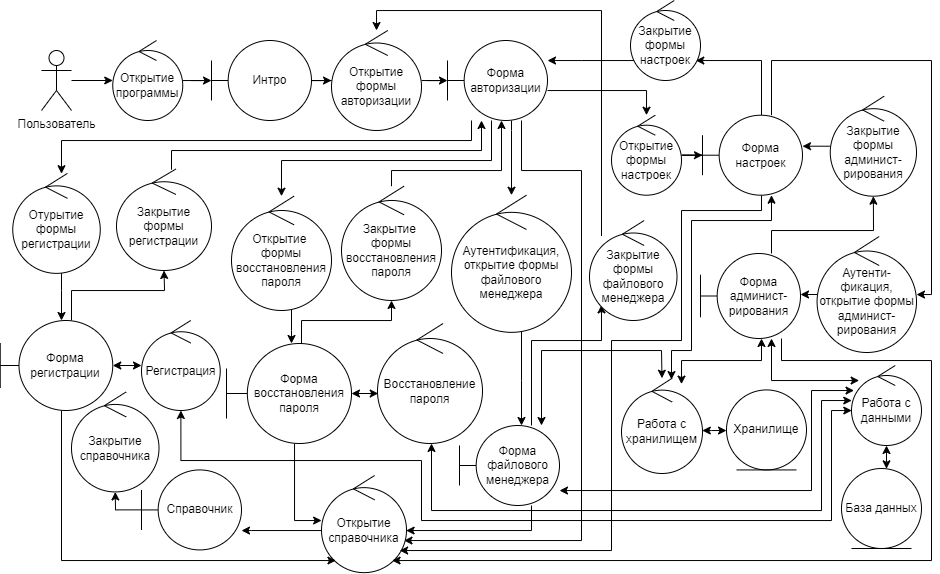
Earlier version of the draw.io export Documents/Диаграмма стереотипов.drawio.png (ReyRom/VortexFile). Source tidied: cells renumbered, new cells last; positions are measured from the earlier drawing's top-left corner, leaving out a move shared by most shapes.
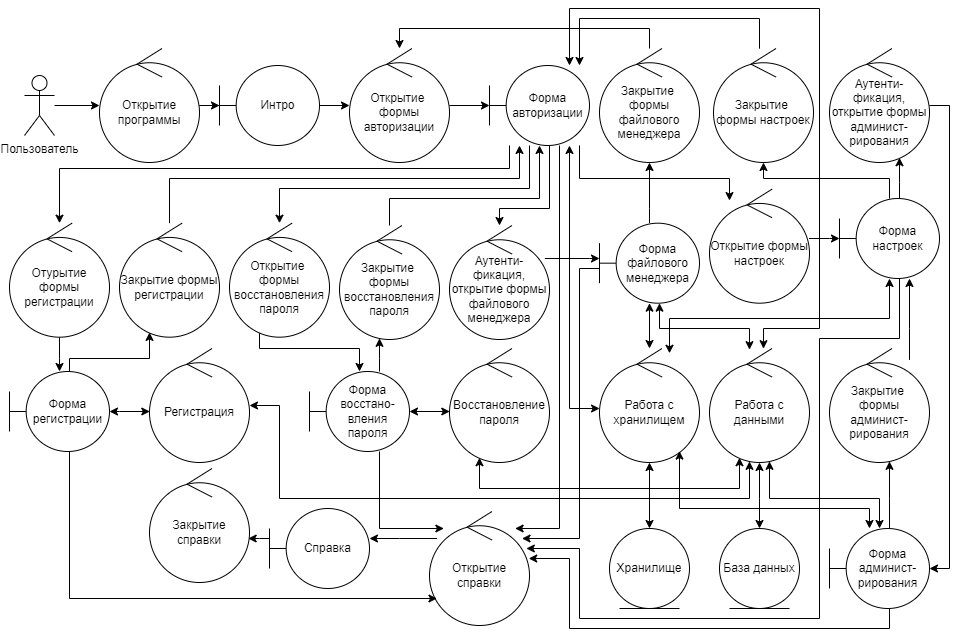
After the commit.

Diff of the diagram source:
```diff
@@ -8,3 +8,3 @@
     <mxCell id="3" value="Открытие программы" style="ellipse;shape=umlControl;whiteSpace=wrap;html=1;" parent="1" vertex="1">
-      <mxGeometry x="112.2" y="40" width="70" height="80" as="geometry" />
+      <mxGeometry x="51" y="10" width="100" height="114" as="geometry" />
     </mxCell>
@@ -14,3 +14,3 @@
     <mxCell id="5" value="Пользователь" style="shape=umlActor;verticalLabelPosition=bottom;verticalAlign=top;html=1;" parent="1" vertex="1">
-      <mxGeometry x="41" y="50" width="30" height="60" as="geometry" />
+      <mxGeometry x="-24" y="37" width="30" height="60" as="geometry" />
     </mxCell>
@@ -20,3 +20,3 @@
     <mxCell id="7" value="Интро" style="shape=umlBoundary;whiteSpace=wrap;html=1;" parent="1" vertex="1">
-      <mxGeometry x="211" y="40" width="100" height="80" as="geometry" />
+      <mxGeometry x="171" y="27" width="100" height="80" as="geometry" />
     </mxCell>
@@ -25,4 +25,4 @@
     </mxCell>
-    <mxCell id="9" value="Открытие формы авторизации" style="ellipse;shape=umlControl;whiteSpace=wrap;html=1;" parent="1" vertex="1">
-      <mxGeometry x="331" y="30" width="90" height="100" as="geometry" />
+    <mxCell id="9" value="Открытие &lt;br&gt;формы авторизации" style="ellipse;shape=umlControl;whiteSpace=wrap;html=1;" parent="1" vertex="1">
+      <mxGeometry x="301" y="10" width="100" height="114" as="geometry" />
     </mxCell>
@@ -31,3 +31,4 @@
         <Array as="points">
-          <mxPoint x="646" y="90" />
+          <mxPoint x="531" y="140" />
+          <mxPoint x="681" y="140" />
         </Array>
@@ -38,4 +39,4 @@
         <Array as="points">
-          <mxPoint x="511" y="130" />
-          <mxPoint x="511" y="130" />
+          <mxPoint x="501" y="170" />
+          <mxPoint x="451" y="170" />
         </Array>
@@ -46,4 +47,4 @@
         <Array as="points">
-          <mxPoint x="471" y="140" />
-          <mxPoint x="61" y="140" />
+          <mxPoint x="461" y="130" />
+          <mxPoint x="11" y="130" />
         </Array>
@@ -54,4 +55,4 @@
         <Array as="points">
-          <mxPoint x="491" y="160" />
-          <mxPoint x="281" y="160" />
+          <mxPoint x="481" y="150" />
+          <mxPoint x="231" y="150" />
         </Array>
@@ -62,5 +63,3 @@
         <Array as="points">
-          <mxPoint x="521" y="170" />
-          <mxPoint x="581" y="170" />
-          <mxPoint x="581" y="540" />
+          <mxPoint x="511" y="490" />
         </Array>
@@ -68,4 +67,21 @@
     </mxCell>
+    <mxCell id="74" style="edgeStyle=orthogonalEdgeStyle;rounded=0;jettySize=auto;html=1;startArrow=classic;startFill=1;" parent="1" edge="1" source="15" target="52">
+      <mxGeometry relative="1" as="geometry">
+        <Array as="points">
+          <mxPoint x="521" y="370" />
+        </Array>
+      </mxGeometry>
+    </mxCell>
+    <mxCell id="75" style="edgeStyle=orthogonalEdgeStyle;rounded=0;jettySize=auto;html=1;startArrow=classic;startFill=1;" parent="1" edge="1" source="15" target="43">
+      <mxGeometry relative="1" as="geometry">
+        <Array as="points">
+          <mxPoint x="521" y="-30" />
+          <mxPoint x="771" y="-30" />
+          <mxPoint x="771" y="290" />
+          <mxPoint x="715" y="290" />
+        </Array>
+      </mxGeometry>
+    </mxCell>
     <mxCell id="15" value="Форма авторизации" style="shape=umlBoundary;whiteSpace=wrap;html=1;direction=east;" parent="1" vertex="1">
-      <mxGeometry x="447" y="40" width="100" height="80" as="geometry" />
+      <mxGeometry x="441" y="27" width="100" height="80" as="geometry" />
     </mxCell>
@@ -74,4 +90,4 @@
         <Array as="points">
-          <mxPoint x="531" y="340" />
-          <mxPoint x="601" y="340" />
+          <mxPoint x="601" y="170" />
+          <mxPoint x="601" y="170" />
         </Array>
@@ -82,3 +98,4 @@
         <Array as="points">
-          <mxPoint x="531" y="530" />
+          <mxPoint x="531" y="230" />
+          <mxPoint x="531" y="500" />
         </Array>
@@ -89,4 +106,4 @@
         <Array as="points">
-          <mxPoint x="541" y="350" />
-          <mxPoint x="661" y="350" />
+          <mxPoint x="621" y="260" />
+          <mxPoint x="621" y="260" />
         </Array>
@@ -97,4 +114,4 @@
         <Array as="points">
-          <mxPoint x="811" y="490" />
-          <mxPoint x="811" y="390" />
+          <mxPoint x="611" y="290" />
+          <mxPoint x="701" y="290" />
         </Array>
@@ -103,3 +120,3 @@
     <mxCell id="20" value="Форма файлового менеджера" style="shape=umlBoundary;whiteSpace=wrap;html=1;" parent="1" vertex="1">
-      <mxGeometry x="459" y="425" width="100" height="80" as="geometry" />
+      <mxGeometry x="551" y="184.7" width="100" height="80" as="geometry" />
     </mxCell>
@@ -108,4 +125,4 @@
         <Array as="points">
-          <mxPoint x="521" y="380" />
-          <mxPoint x="521" y="380" />
+          <mxPoint x="541" y="220" />
+          <mxPoint x="541" y="220" />
         </Array>
@@ -113,10 +130,10 @@
     </mxCell>
-    <mxCell id="22" value="Аутентификация, открытие формы файлового менеджера" style="ellipse;shape=umlControl;whiteSpace=wrap;html=1;" parent="1" vertex="1">
-      <mxGeometry x="451" y="194.7" width="120" height="137.1" as="geometry" />
+    <mxCell id="22" value="Аутенти-фикация, открытие формы файлового менеджера" style="ellipse;shape=umlControl;whiteSpace=wrap;html=1;" parent="1" vertex="1">
+      <mxGeometry x="401" y="187" width="100" height="114" as="geometry" />
     </mxCell>
     <mxCell id="23" value="Хранилище" style="ellipse;shape=umlEntity;whiteSpace=wrap;html=1;" parent="1" vertex="1">
-      <mxGeometry x="726" y="389.4" width="80" height="80" as="geometry" />
+      <mxGeometry x="561" y="490" width="80" height="80" as="geometry" />
     </mxCell>
     <mxCell id="24" value="База данных" style="ellipse;shape=umlEntity;whiteSpace=wrap;html=1;" parent="1" vertex="1">
-      <mxGeometry x="841" y="468" width="80" height="80" as="geometry" />
+      <mxGeometry x="671" y="490" width="80" height="80" as="geometry" />
     </mxCell>
@@ -125,3 +142,4 @@
         <Array as="points">
-          <mxPoint x="115" y="509" />
+          <mxPoint x="211" y="500" />
+          <mxPoint x="211" y="500" />
         </Array>
@@ -129,4 +147,4 @@
     </mxCell>
-    <mxCell id="26" value="Справочник" style="shape=umlBoundary;whiteSpace=wrap;html=1;" parent="1" vertex="1">
-      <mxGeometry x="141" y="469.4" width="100" height="80" as="geometry" />
+    <mxCell id="26" value="Справка" style="shape=umlBoundary;whiteSpace=wrap;html=1;" parent="1" vertex="1">
+      <mxGeometry x="221" y="470" width="100" height="80" as="geometry" />
     </mxCell>
@@ -135,4 +153,4 @@
         <Array as="points">
-          <mxPoint x="251" y="530" />
-          <mxPoint x="251" y="530" />
+          <mxPoint x="351" y="500" />
+          <mxPoint x="351" y="500" />
         </Array>
@@ -140,7 +158,7 @@
     </mxCell>
-    <mxCell id="28" value="Открытие справочника" style="ellipse;shape=umlControl;whiteSpace=wrap;html=1;" parent="1" vertex="1">
-      <mxGeometry x="321" y="475" width="85" height="97.1" as="geometry" />
+    <mxCell id="28" value="Открытие справки" style="ellipse;shape=umlControl;whiteSpace=wrap;html=1;" parent="1" vertex="1">
+      <mxGeometry x="381" y="473" width="100" height="114" as="geometry" />
     </mxCell>
-    <mxCell id="29" value="Закрытие справочника" style="ellipse;shape=umlControl;whiteSpace=wrap;html=1;" parent="1" vertex="1">
-      <mxGeometry x="71" y="391.4" width="87.5" height="100" as="geometry" />
+    <mxCell id="29" value="Закрытие справки" style="ellipse;shape=umlControl;whiteSpace=wrap;html=1;" parent="1" vertex="1">
+      <mxGeometry x="101" y="430" width="100" height="114" as="geometry" />
     </mxCell>
@@ -149,4 +167,4 @@
         <Array as="points">
-          <mxPoint x="301" y="320" />
-          <mxPoint x="391" y="320" />
+          <mxPoint x="331" y="320" />
+          <mxPoint x="331" y="320" />
         </Array>
@@ -157,3 +175,4 @@
         <Array as="points">
-          <mxPoint x="411" y="400" />
+          <mxPoint x="301" y="360" />
+          <mxPoint x="301" y="360" />
         </Array>
@@ -164,3 +183,3 @@
         <Array as="points">
-          <mxPoint x="294" y="520" />
+          <mxPoint x="331" y="490" />
         </Array>
@@ -168,4 +187,4 @@
     </mxCell>
-    <mxCell id="33" value="Форма восстановления пароля" style="shape=umlBoundary;whiteSpace=wrap;html=1;" parent="1" vertex="1">
-      <mxGeometry x="226" y="343" width="125" height="100" as="geometry" />
+    <mxCell id="33" value="Форма восстано-вления пароля" style="shape=umlBoundary;whiteSpace=wrap;html=1;" parent="1" vertex="1">
+      <mxGeometry x="261" y="333" width="100" height="80" as="geometry" />
     </mxCell>
@@ -174,4 +193,4 @@
         <Array as="points">
-          <mxPoint x="71" y="290" />
-          <mxPoint x="164" y="290" />
+          <mxPoint x="21" y="320" />
+          <mxPoint x="101" y="320" />
         </Array>
@@ -182,4 +201,4 @@
         <Array as="points">
-          <mxPoint x="141" y="365" />
-          <mxPoint x="141" y="365" />
+          <mxPoint x="71" y="373" />
+          <mxPoint x="71" y="373" />
         </Array>
@@ -190,3 +209,3 @@
         <Array as="points">
-          <mxPoint x="61" y="560" />
+          <mxPoint x="21" y="560" />
         </Array>
@@ -195,3 +214,3 @@
     <mxCell id="37" value="Форма регистрации" style="shape=umlBoundary;whiteSpace=wrap;html=1;" parent="1" vertex="1">
-      <mxGeometry x="-0.2" y="320" width="112.5" height="90" as="geometry" />
+      <mxGeometry x="-39" y="333" width="100" height="80" as="geometry" />
     </mxCell>
@@ -200,7 +219,5 @@
         <Array as="points">
-          <mxPoint x="180" y="460" />
-          <mxPoint x="421" y="460" />
-          <mxPoint x="421" y="520" />
-          <mxPoint x="831" y="520" />
-          <mxPoint x="831" y="410" />
+          <mxPoint x="231" y="367" />
+          <mxPoint x="231" y="460" />
+          <mxPoint x="701" y="460" />
         </Array>
@@ -209,3 +226,3 @@
     <mxCell id="39" value="Регистрация" style="ellipse;shape=umlControl;whiteSpace=wrap;html=1;" parent="1" vertex="1">
-      <mxGeometry x="141" y="320" width="78.8" height="90" as="geometry" />
+      <mxGeometry x="101" y="310" width="100" height="114" as="geometry" />
     </mxCell>
@@ -214,5 +231,4 @@
         <Array as="points">
-          <mxPoint x="431" y="510" />
-          <mxPoint x="821" y="510" />
-          <mxPoint x="821" y="400" />
+          <mxPoint x="431" y="450" />
+          <mxPoint x="691" y="450" />
         </Array>
@@ -221,3 +237,3 @@
     <mxCell id="41" value="Восстановление пароля" style="ellipse;shape=umlControl;whiteSpace=wrap;html=1;" parent="1" vertex="1">
-      <mxGeometry x="377" y="323" width="105" height="120" as="geometry" />
+      <mxGeometry x="401" y="310" width="100" height="114" as="geometry" />
     </mxCell>
@@ -226,4 +242,4 @@
         <Array as="points">
-          <mxPoint x="881" y="480" />
-          <mxPoint x="881" y="480" />
+          <mxPoint x="711" y="460" />
+          <mxPoint x="711" y="460" />
         </Array>
@@ -232,3 +248,3 @@
     <mxCell id="43" value="Работа с данными" style="ellipse;shape=umlControl;whiteSpace=wrap;html=1;" parent="1" vertex="1">
-      <mxGeometry x="851" y="365" width="70" height="80" as="geometry" />
+      <mxGeometry x="661" y="310" width="100" height="114" as="geometry" />
     </mxCell>
@@ -237,3 +253,4 @@
         <Array as="points">
-          <mxPoint x="761" y="60" />
+          <mxPoint x="841" y="140" />
+          <mxPoint x="715" y="140" />
         </Array>
@@ -244,5 +261,4 @@
         <Array as="points">
-          <mxPoint x="771" y="60" />
-          <mxPoint x="931" y="60" />
-          <mxPoint x="931" y="294" />
+          <mxPoint x="851" y="144" />
+          <mxPoint x="851" y="144" />
         </Array>
@@ -253,6 +269,4 @@
         <Array as="points">
-          <mxPoint x="771" y="220" />
-          <mxPoint x="691" y="220" />
-          <mxPoint x="691" y="350" />
-          <mxPoint x="671" y="350" />
+          <mxPoint x="841" y="280" />
+          <mxPoint x="621" y="280" />
         </Array>
@@ -263,7 +277,7 @@
         <Array as="points">
-          <mxPoint x="761" y="210" />
-          <mxPoint x="681" y="210" />
-          <mxPoint x="681" y="340" />
-          <mxPoint x="611" y="340" />
-          <mxPoint x="611" y="550" />
+          <mxPoint x="851" y="300" />
+          <mxPoint x="771" y="300" />
+          <mxPoint x="771" y="580" />
+          <mxPoint x="531" y="580" />
+          <mxPoint x="531" y="510" />
         </Array>
@@ -272,9 +286,14 @@
     <mxCell id="48" value="Форма настроек" style="shape=umlBoundary;whiteSpace=wrap;html=1;" parent="1" vertex="1">
-      <mxGeometry x="702" y="114.7" width="100" height="80" as="geometry" />
+      <mxGeometry x="791" y="160" width="100" height="80" as="geometry" />
     </mxCell>
     <mxCell id="49" style="edgeStyle=orthogonalEdgeStyle;rounded=0;jettySize=auto;html=1;" parent="1" edge="1" source="50" target="48">
-      <mxGeometry relative="1" as="geometry" />
+      <mxGeometry relative="1" as="geometry">
+        <Array as="points">
+          <mxPoint x="781" y="200" />
+          <mxPoint x="781" y="200" />
+        </Array>
+      </mxGeometry>
     </mxCell>
     <mxCell id="50" value="Открытие формы настроек" style="ellipse;shape=umlControl;whiteSpace=wrap;html=1;" parent="1" vertex="1">
-      <mxGeometry x="611" y="114.7" width="70" height="80" as="geometry" />
+      <mxGeometry x="661" y="150.7" width="100" height="114" as="geometry" />
     </mxCell>
@@ -283,4 +302,4 @@
         <Array as="points">
-          <mxPoint x="711" y="430" />
-          <mxPoint x="711" y="430" />
+          <mxPoint x="611" y="510" />
+          <mxPoint x="611" y="510" />
         </Array>
@@ -289,3 +308,3 @@
     <mxCell id="52" value="Работа с хранилищем" style="ellipse;shape=umlControl;whiteSpace=wrap;html=1;" parent="1" vertex="1">
-      <mxGeometry x="621" y="377.7" width="81" height="95.3" as="geometry" />
+      <mxGeometry x="551" y="310" width="100" height="114" as="geometry" />
     </mxCell>
@@ -294,4 +313,4 @@
         <Array as="points">
-          <mxPoint x="581" y="60" />
-          <mxPoint x="581" y="60" />
+          <mxPoint x="711" y="-20" />
+          <mxPoint x="531" y="-20" />
         </Array>
@@ -299,4 +318,4 @@
     </mxCell>
-    <mxCell id="54" value="Закрытие формы настроек" style="ellipse;shape=umlControl;whiteSpace=wrap;html=1;" parent="1" vertex="1">
-      <mxGeometry x="630" width="70" height="80" as="geometry" />
+    <mxCell id="54" value="Закрытие &lt;br&gt;формы настроек" style="ellipse;shape=umlControl;whiteSpace=wrap;html=1;" parent="1" vertex="1">
+      <mxGeometry x="665" y="10" width="100" height="114" as="geometry" />
     </mxCell>
@@ -305,4 +324,4 @@
         <Array as="points">
-          <mxPoint x="601" y="10" />
-          <mxPoint x="376" y="10" />
+          <mxPoint x="601" y="-10" />
+          <mxPoint x="351" y="-10" />
         </Array>
@@ -310,4 +329,4 @@
     </mxCell>
-    <mxCell id="56" value="Закрытие формы файлового менеджера" style="ellipse;shape=umlControl;whiteSpace=wrap;html=1;" parent="1" vertex="1">
-      <mxGeometry x="589" y="220" width="87.5" height="100" as="geometry" />
+    <mxCell id="56" value="Закрытие &lt;br&gt;формы файлового менеджера" style="ellipse;shape=umlControl;whiteSpace=wrap;html=1;" parent="1" vertex="1">
+      <mxGeometry x="551" y="10" width="100" height="114" as="geometry" />
     </mxCell>
@@ -316,4 +335,4 @@
         <Array as="points">
-          <mxPoint x="771" y="230" />
-          <mxPoint x="873" y="230" />
+          <mxPoint x="841" y="460" />
+          <mxPoint x="841" y="460" />
         </Array>
@@ -324,3 +343,4 @@
         <Array as="points">
-          <mxPoint x="771" y="380" />
+          <mxPoint x="831" y="460" />
+          <mxPoint x="721" y="460" />
         </Array>
@@ -331,4 +351,4 @@
         <Array as="points">
-          <mxPoint x="761" y="360" />
-          <mxPoint x="681" y="360" />
+          <mxPoint x="821" y="470" />
+          <mxPoint x="631" y="470" />
         </Array>
@@ -339,5 +359,5 @@
         <Array as="points">
-          <mxPoint x="781" y="360" />
-          <mxPoint x="931" y="360" />
-          <mxPoint x="931" y="560" />
+          <mxPoint x="841" y="590" />
+          <mxPoint x="521" y="590" />
+          <mxPoint x="521" y="520" />
         </Array>
@@ -346,3 +366,3 @@
     <mxCell id="61" value="Форма админист-рирования" style="shape=umlBoundary;whiteSpace=wrap;html=1;" parent="1" vertex="1">
-      <mxGeometry x="700" y="253" width="100" height="85" as="geometry" />
+      <mxGeometry x="781" y="490" width="100" height="80" as="geometry" />
     </mxCell>
@@ -351,4 +371,4 @@
         <Array as="points">
-          <mxPoint x="881" y="280" />
-          <mxPoint x="881" y="280" />
+          <mxPoint x="901" y="67" />
+          <mxPoint x="901" y="530" />
         </Array>
@@ -357,3 +377,3 @@
     <mxCell id="63" value="Аутенти-фикация, открытие формы админист-рирования" style="ellipse;shape=umlControl;whiteSpace=wrap;html=1;" parent="1" vertex="1">
-      <mxGeometry x="816.6" y="236" width="99.4" height="116" as="geometry" />
+      <mxGeometry x="781" y="10" width="100" height="114" as="geometry" />
     </mxCell>
@@ -362,3 +382,4 @@
         <Array as="points">
-          <mxPoint x="914" y="160" />
+          <mxPoint x="861" y="290" />
+          <mxPoint x="861" y="290" />
         </Array>
@@ -366,4 +387,4 @@
     </mxCell>
-    <mxCell id="65" value="Закрытие формы админист-рирования" style="ellipse;shape=umlControl;whiteSpace=wrap;html=1;" parent="1" vertex="1">
-      <mxGeometry x="829.8" y="95.7" width="86.2" height="100" as="geometry" />
+    <mxCell id="65" value="Закрытие &lt;br&gt;формы админист-рирования" style="ellipse;shape=umlControl;whiteSpace=wrap;html=1;" parent="1" vertex="1">
+      <mxGeometry x="781" y="310" width="100" height="114" as="geometry" />
     </mxCell>
@@ -372,4 +393,4 @@
         <Array as="points">
-          <mxPoint x="291" y="330" />
-          <mxPoint x="291" y="330" />
+          <mxPoint x="211" y="310" />
+          <mxPoint x="311" y="310" />
         </Array>
@@ -378,3 +399,3 @@
     <mxCell id="67" value="Открытие &lt;br&gt;формы восстановления пароля" style="ellipse;shape=umlControl;whiteSpace=wrap;html=1;" parent="1" vertex="1">
-      <mxGeometry x="231" y="195.7" width="100" height="114.3" as="geometry" />
+      <mxGeometry x="181" y="184.7" width="100" height="114" as="geometry" />
     </mxCell>
@@ -383,4 +404,4 @@
         <Array as="points">
-          <mxPoint x="391" y="170" />
-          <mxPoint x="501" y="170" />
+          <mxPoint x="341" y="160" />
+          <mxPoint x="491" y="160" />
         </Array>
@@ -389,3 +410,3 @@
     <mxCell id="69" value="Закрытие &lt;br&gt;формы восстановления пароля" style="ellipse;shape=umlControl;whiteSpace=wrap;html=1;" parent="1" vertex="1">
-      <mxGeometry x="341" y="185.7" width="100" height="114.3" as="geometry" />
+      <mxGeometry x="291" y="187" width="100" height="114" as="geometry" />
     </mxCell>
@@ -394,4 +415,4 @@
         <Array as="points">
-          <mxPoint x="61" y="290" />
-          <mxPoint x="61" y="290" />
+          <mxPoint x="11" y="320" />
+          <mxPoint x="11" y="320" />
         </Array>
@@ -400,3 +421,3 @@
     <mxCell id="71" value="Отурытие формы регистрации" style="ellipse;shape=umlControl;whiteSpace=wrap;html=1;" parent="1" vertex="1">
-      <mxGeometry x="12.2" y="172.9" width="87.5" height="100" as="geometry" />
+      <mxGeometry x="-39" y="184.7" width="100" height="114" as="geometry" />
     </mxCell>
@@ -405,4 +426,4 @@
         <Array as="points">
-          <mxPoint x="171" y="150" />
-          <mxPoint x="481" y="150" />
+          <mxPoint x="121" y="140" />
+          <mxPoint x="471" y="140" />
         </Array>
@@ -411,3 +432,3 @@
     <mxCell id="73" value="Закрытие формы регистрации" style="ellipse;shape=umlControl;whiteSpace=wrap;html=1;" parent="1" vertex="1">
-      <mxGeometry x="116" y="168.6" width="95" height="101.4" as="geometry" />
+      <mxGeometry x="71" y="184.7" width="100" height="114" as="geometry" />
     </mxCell>
```
